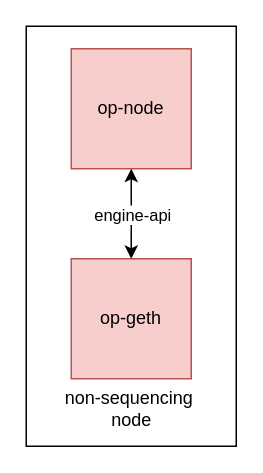
arunjot12/mind-chain keeps this draw.io diagram as docs/public-docs/public/img/builders/chain-operators/replica-node.drawio. Above is the earlier version. Source tidied: cells renumbered, new cells numbered last; positions are measured from the earlier drawing's top-left corner, leaving out a move shared by most shapes. Both pictures are drawn from the tidied source at 150%, with x=0, y=0 at pixel (26, 26).
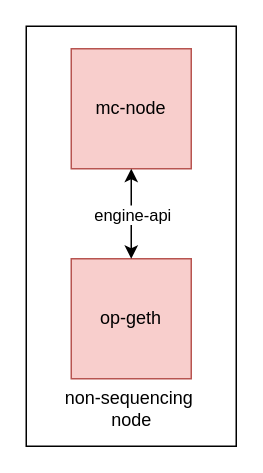
The same page after the edit.

The edit, as a diff of the source:
```diff
@@
 <mxGraphModel>
   <root>
     <mxCell id="0" />
     <mxCell id="1" parent="0" />
     <mxCell id="2" style="rounded=0;whiteSpace=wrap;html=1;fillColor=none;" parent="1" vertex="1">
       <mxGeometry width="140" height="280" as="geometry" />
     </mxCell>
     <mxCell id="3" value="op-geth" style="whiteSpace=wrap;html=1;fillColor=#f8cecc;strokeColor=#b85450;" parent="1" vertex="1">
       <mxGeometry x="30" y="155" width="80" height="80" as="geometry" />
     </mxCell>
-    <mxCell id="4" value="op-node" style="whiteSpace=wrap;html=1;fillColor=#f8cecc;strokeColor=#b85450;" parent="1" vertex="1">
+    <mxCell id="4" value="mc-node" style="whiteSpace=wrap;html=1;fillColor=#f8cecc;strokeColor=#b85450;" parent="1" vertex="1">
       <mxGeometry x="30" y="15" width="80" height="80" as="geometry" />
     </mxCell>
     <mxCell id="5" style="endArrow=classic;startArrow=classic;html=1;rounded=0;entryX=0.5;entryY=1;entryDx=0;entryDy=0;exitX=0.5;exitY=0;exitDx=0;exitDy=0;" parent="1" edge="1" source="3" target="4">
       <mxGeometry relative="1" as="geometry" />
     </mxCell>
     <mxCell id="6" value="engine-api" style="edgeLabel;html=1;align=center;verticalAlign=middle;" parent="5" vertex="1">
       <mxGeometry x="-0.1" y="-1" relative="1" as="geometry">
         <mxPoint x="-1" y="-3" as="offset" />
       </mxGeometry>
     </mxCell>
     <mxCell id="7" value="non-sequencing&amp;nbsp; node" style="text;html=1;strokeColor=none;fillColor=none;align=center;verticalAlign=middle;whiteSpace=wrap;rounded=0;" parent="1" vertex="1">
       <mxGeometry x="22.5" y="240" width="95" height="30" as="geometry" />
     </mxCell>
   </root>
 </mxGraphModel>
```
